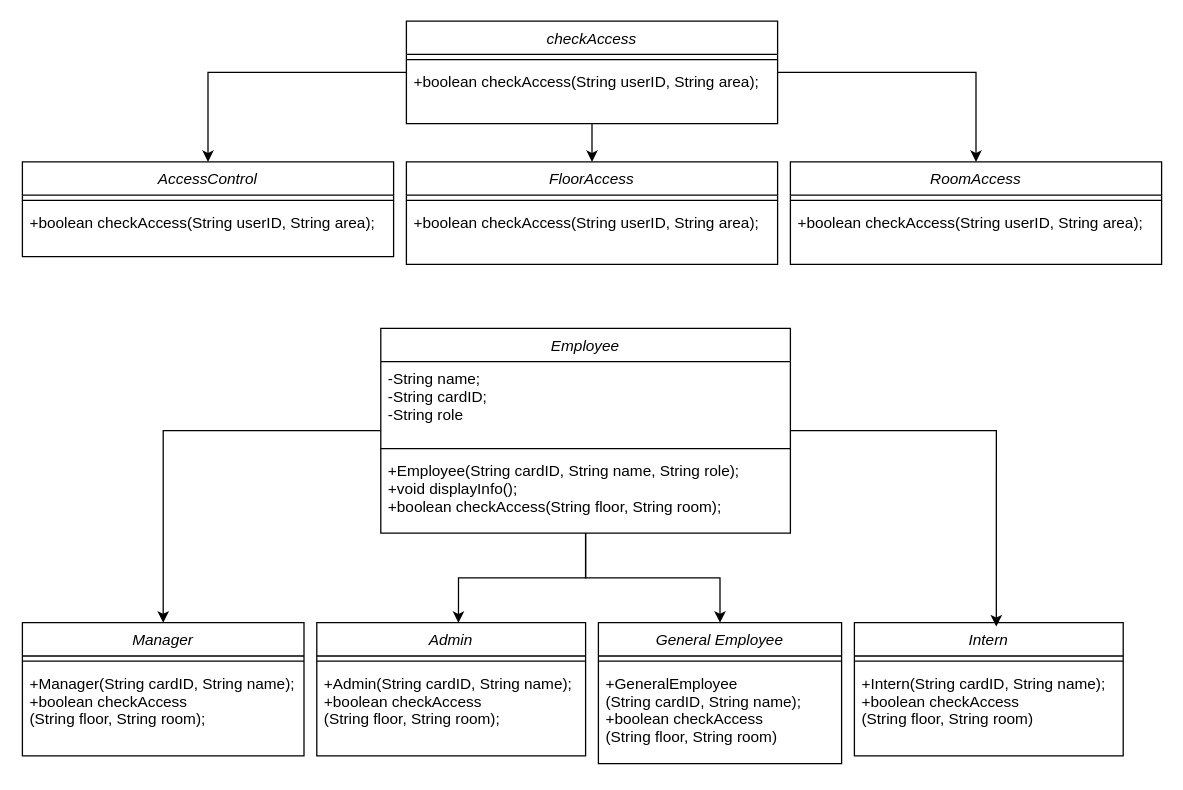
pin-nattharin/DII-GEN6-CompoundSEC keeps this draw.io diagram as Untitled Diagram.drawio. Above is the earlier version. Source tidied: cells renumbered, new cells numbered last; positions are measured from the earlier drawing's top-left corner, leaving out a move shared by most shapes. Both pictures are drawn from the tidied source at 128%, with x=0, y=0 at pixel (22, 20).
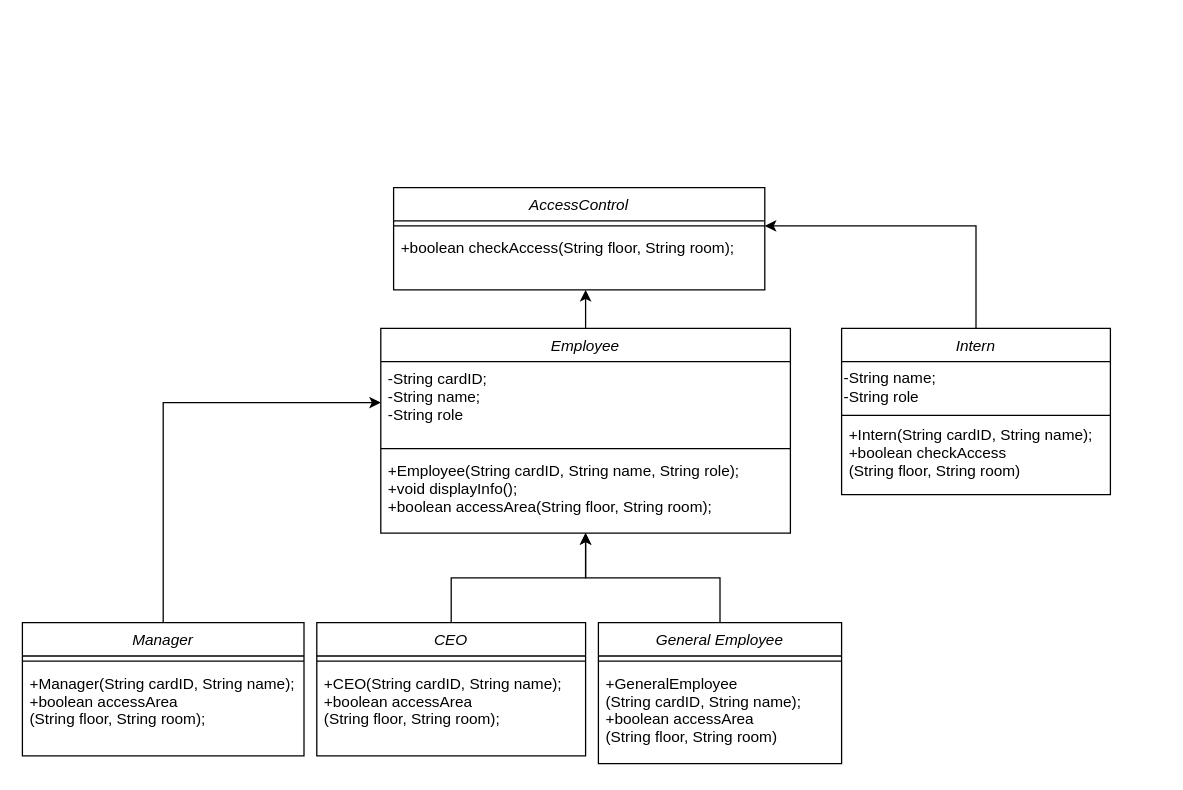
The same page after the edit.

The change refers to these unchanged cells:
```xml
<mxCell id="4" value="Employee" style="swimlane;fontStyle=2;align=center;verticalAlign=top;horizontal=1;startSize=26;rounded=0;shadow=0;strokeWidth=1;" parent="1" vertex="1">
  <mxGeometry x="280" y="240" width="320" height="160" as="geometry" />
</mxCell>
<mxCell id="8" value="Manager" style="swimlane;fontStyle=2;align=center;verticalAlign=top;horizontal=1;startSize=26;rounded=0;shadow=0;strokeWidth=1;" parent="1" vertex="1">
  <mxGeometry y="470" width="220" height="104" as="geometry" />
</mxCell>
<mxCell id="17" value="General Employee" style="swimlane;fontStyle=2;align=center;verticalAlign=top;horizontal=1;startSize=26;rounded=0;shadow=0;strokeWidth=1;" parent="1" vertex="1">
  <mxGeometry x="450" y="470" width="190" height="110" as="geometry" />
</mxCell>
<mxCell id="35" style="line;html=1;strokeWidth=1;align=left;verticalAlign=middle;spacingTop=-1;spacingLeft=3;spacingRight=3;labelPosition=right;points=[];portConstraint=eastwest;" parent="34" vertex="1">
  <mxGeometry y="26" width="290" height="8" as="geometry" />
</mxCell>
```

Diff of the diagram source:
```diff
@@
-    <mxCell id="2" style="edgeStyle=orthogonalEdgeStyle;rounded=0;jettySize=auto;html=1;entryX=0.5;entryY=0;entryDx=0;entryDy=0;" parent="1" edge="1" source="4" target="17">
-      <mxGeometry relative="1" as="geometry" />
-    </mxCell>
-    <mxCell id="3" style="edgeStyle=orthogonalEdgeStyle;rounded=0;jettySize=auto;html=1;entryX=0.5;entryY=0;entryDx=0;entryDy=0;" parent="1" edge="1" source="4" target="8">
-      <mxGeometry relative="1" as="geometry" />
-    </mxCell>
+    <mxCell id="37" style="edgeStyle=orthogonalEdgeStyle;rounded=0;jettySize=auto;html=1;" parent="1" edge="1" source="4">
+      <mxGeometry relative="1" as="geometry">
+        <mxPoint x="440" y="210" as="targetPoint" />
+      </mxGeometry>
+    </mxCell>
@@
-    <mxCell id="5" value="-String name;&#10;-String cardID;&#10;-String role" style="text;align=left;verticalAlign=top;spacingLeft=4;spacingRight=4;overflow=hidden;points=[[0,0.5],[1,0.5]];portConstraint=eastwest;rounded=0;shadow=0;html=0;" parent="4" vertex="1">
+    <mxCell id="5" value="-String cardID;&#10;-String name;&#10;-String role" style="text;align=left;verticalAlign=top;spacingLeft=4;spacingRight=4;overflow=hidden;points=[[0,0.5],[1,0.5]];portConstraint=eastwest;rounded=0;shadow=0;html=0;" parent="4" vertex="1">
       <mxGeometry y="26" width="320" height="64" as="geometry" />
     </mxCell>
@@
-    <mxCell id="7" value="+Employee(String cardID, String name, String role);&#10;+void displayInfo();&#10;+boolean checkAccess(String floor, String room);" style="text;align=left;verticalAlign=top;spacingLeft=4;spacingRight=4;overflow=hidden;points=[[0,0.5],[1,0.5]];portConstraint=eastwest;" parent="4" vertex="1">
+    <mxCell id="7" value="+Employee(String cardID, String name, String role);&#10;+void displayInfo();&#10;+boolean accessArea(String floor, String room);" style="text;align=left;verticalAlign=top;spacingLeft=4;spacingRight=4;overflow=hidden;points=[[0,0.5],[1,0.5]];portConstraint=eastwest;" parent="4" vertex="1">
       <mxGeometry y="98" width="320" height="62" as="geometry" />
     </mxCell>
+    <mxCell id="38" style="edgeStyle=orthogonalEdgeStyle;rounded=0;jettySize=auto;html=1;entryX=0;entryY=0.5;entryDx=0;entryDy=0;" parent="1" edge="1" source="8" target="5">
+      <mxGeometry relative="1" as="geometry" />
+    </mxCell>
@@
-    <mxCell id="10" value="+Manager(String cardID, String name);&#10;+boolean checkAccess&#10;(String floor, String room);" style="text;align=left;verticalAlign=top;spacingLeft=4;spacingRight=4;overflow=hidden;" parent="8" vertex="1">
+    <mxCell id="10" value="+Manager(String cardID, String name);&#10;+boolean accessArea&#10;(String floor, String room);" style="text;align=left;verticalAlign=top;spacingLeft=4;spacingRight=4;overflow=hidden;" parent="8" vertex="1">
       <mxGeometry y="34" width="220" height="60" as="geometry" />
     </mxCell>
-    <mxCell id="11" value="Admin" style="swimlane;fontStyle=2;align=center;verticalAlign=top;horizontal=1;startSize=26;rounded=0;shadow=0;strokeWidth=1;" parent="1" vertex="1">
+    <mxCell id="11" value="CEO" style="swimlane;fontStyle=2;align=center;verticalAlign=top;horizontal=1;startSize=26;rounded=0;shadow=0;strokeWidth=1;" parent="1" vertex="1">
       <mxGeometry x="230" y="470" width="210" height="104" as="geometry" />
     </mxCell>
@@
-    <mxCell id="13" value="+Admin(String cardID, String name);&#10;+boolean checkAccess&#10;(String floor, String room);" style="text;align=left;verticalAlign=top;spacingLeft=4;spacingRight=4;overflow=hidden;" parent="11" vertex="1">
+    <mxCell id="13" value="+CEO(String cardID, String name);&#10;+boolean accessArea&#10;(String floor, String room);" style="text;align=left;verticalAlign=top;spacingLeft=4;spacingRight=4;overflow=hidden;" parent="11" vertex="1">
       <mxGeometry y="34" width="210" height="60" as="geometry" />
     </mxCell>
     <mxCell id="14" value="Intern" style="swimlane;fontStyle=2;align=center;verticalAlign=top;horizontal=1;startSize=26;rounded=0;shadow=0;strokeWidth=1;" parent="1" vertex="1">
-      <mxGeometry x="650" y="470" width="210" height="104" as="geometry" />
+      <mxGeometry x="640" y="240" width="210" height="130" as="geometry" />
     </mxCell>
+    <mxCell id="39" value="-String name;&lt;div&gt;-String role&lt;/div&gt;" style="text;html=1;align=left;verticalAlign=middle;strokeColor=none;fillColor=none;" parent="14" vertex="1">
+      <mxGeometry y="26" width="210" height="40" as="geometry" />
+    </mxCell>
     <mxCell id="15" style="line;html=1;strokeWidth=1;align=left;verticalAlign=middle;spacingTop=-1;spacingLeft=3;spacingRight=3;labelPosition=right;" parent="14" vertex="1">
-      <mxGeometry y="26" width="210" height="8" as="geometry" />
+      <mxGeometry y="66" width="210" height="4" as="geometry" />
     </mxCell>
-    <mxCell id="16" value="+Intern(String cardID, String name);&#10;+boolean checkAccess&#10;(String floor, String room)" style="text;align=left;verticalAlign=top;spacingLeft=4;spacingRight=4;overflow=hidden;" parent="14" vertex="1">
-      <mxGeometry y="34" width="210" height="60" as="geometry" />
+    <mxCell id="16" value="+Intern(String cardID, String name);&#10;+boolean checkAccess&#10;(String floor, String room)" style="text;align=left;verticalAlign=top;spacingLeft=4;spacingRight=4;overflow=hidden;" parent="14" vertex="1">
+      <mxGeometry y="70" width="210" height="60" as="geometry" />
     </mxCell>
@@
-    <mxCell id="19" value="+GeneralEmployee&#10;(String cardID, String name);&#10;+boolean checkAccess&#10;(String floor, String room)" style="text;align=left;verticalAlign=top;spacingLeft=4;spacingRight=4;overflow=hidden;" parent="17" vertex="1">
+    <mxCell id="19" value="+GeneralEmployee&#10;(String cardID, String name);&#10;+boolean accessArea&#10;(String floor, String room)" style="text;align=left;verticalAlign=top;spacingLeft=4;spacingRight=4;overflow=hidden;" parent="17" vertex="1">
       <mxGeometry y="34" width="190" height="76" as="geometry" />
     </mxCell>
-    <mxCell id="20" value="AccessControl" style="swimlane;fontStyle=2;align=center;verticalAlign=top;horizontal=1;startSize=26;rounded=0;shadow=0;strokeWidth=1;" parent="1" vertex="1">
-      <mxGeometry y="110" width="290" height="74" as="geometry" />
-    </mxCell>
-    <mxCell id="21" style="line;html=1;strokeWidth=1;align=left;verticalAlign=middle;spacingTop=-1;spacingLeft=3;spacingRight=3;labelPosition=right;" parent="20" vertex="1">
-      <mxGeometry y="26" width="290" height="8" as="geometry" />
-    </mxCell>
-    <mxCell id="22" value="+boolean checkAccess(String userID, String area);" style="text;align=left;verticalAlign=top;spacingLeft=4;spacingRight=4;overflow=hidden;" parent="20" vertex="1">
-      <mxGeometry y="34" width="290" height="40" as="geometry" />
-    </mxCell>
-    <mxCell id="23" value="FloorAccess" style="swimlane;fontStyle=2;align=center;verticalAlign=top;horizontal=1;startSize=26;rounded=0;shadow=0;strokeWidth=1;" parent="1" vertex="1">
-      <mxGeometry x="300" y="110" width="290" height="80" as="geometry" />
-    </mxCell>
-    <mxCell id="24" style="line;html=1;strokeWidth=1;align=left;verticalAlign=middle;spacingTop=-1;spacingLeft=3;spacingRight=3;labelPosition=right;" parent="23" vertex="1">
-      <mxGeometry y="26" width="290" height="8" as="geometry" />
-    </mxCell>
-    <mxCell id="25" value="+boolean checkAccess(String userID, String area);" style="text;align=left;verticalAlign=top;spacingLeft=4;spacingRight=4;overflow=hidden;" parent="23" vertex="1">
-      <mxGeometry y="34" width="290" height="40" as="geometry" />
-    </mxCell>
-    <mxCell id="26" value="RoomAccess" style="swimlane;fontStyle=2;align=center;verticalAlign=top;horizontal=1;startSize=26;rounded=0;shadow=0;strokeWidth=1;" parent="1" vertex="1">
-      <mxGeometry x="600" y="110" width="290" height="80" as="geometry" />
-    </mxCell>
-    <mxCell id="27" style="line;html=1;strokeWidth=1;align=left;verticalAlign=middle;spacingTop=-1;spacingLeft=3;spacingRight=3;labelPosition=right;" parent="26" vertex="1">
-      <mxGeometry y="26" width="290" height="8" as="geometry" />
-    </mxCell>
-    <mxCell id="28" value="+boolean checkAccess(String userID, String area);" style="text;align=left;verticalAlign=top;spacingLeft=4;spacingRight=4;overflow=hidden;" parent="26" vertex="1">
-      <mxGeometry y="34" width="290" height="40" as="geometry" />
-    </mxCell>
-    <mxCell id="29" style="edgeStyle=orthogonalEdgeStyle;rounded=0;jettySize=auto;html=1;entryX=0.527;entryY=0.001;entryDx=0;entryDy=0;entryPerimeter=0;" parent="1" edge="1" source="4" target="11">
-      <mxGeometry relative="1" as="geometry" />
-    </mxCell>
-    <mxCell id="30" style="edgeStyle=orthogonalEdgeStyle;rounded=0;jettySize=auto;html=1;entryX=0.528;entryY=0.029;entryDx=0;entryDy=0;entryPerimeter=0;" parent="1" edge="1" source="4" target="14">
-      <mxGeometry relative="1" as="geometry" />
-    </mxCell>
-    <mxCell id="31" style="edgeStyle=orthogonalEdgeStyle;rounded=0;jettySize=auto;html=1;entryX=0.5;entryY=0;entryDx=0;entryDy=0;" parent="1" edge="1" source="34" target="23">
-      <mxGeometry relative="1" as="geometry" />
-    </mxCell>
-    <mxCell id="32" style="edgeStyle=orthogonalEdgeStyle;rounded=0;jettySize=auto;html=1;entryX=0.5;entryY=0;entryDx=0;entryDy=0;" parent="1" edge="1" source="34" target="20">
-      <mxGeometry relative="1" as="geometry" />
-    </mxCell>
-    <mxCell id="33" style="edgeStyle=orthogonalEdgeStyle;rounded=0;jettySize=auto;html=1;" parent="1" edge="1" source="34" target="26">
-      <mxGeometry relative="1" as="geometry" />
-    </mxCell>
-    <mxCell id="34" value="checkAccess" style="swimlane;fontStyle=2;align=center;verticalAlign=top;horizontal=1;startSize=26;rounded=0;shadow=0;strokeWidth=1;" parent="1" vertex="1">
-      <mxGeometry x="300" width="290" height="80" as="geometry" />
+    <mxCell id="34" value="AccessControl" style="swimlane;fontStyle=2;align=center;verticalAlign=top;horizontal=1;startSize=26;rounded=0;shadow=0;strokeWidth=1;" parent="1" vertex="1">
+      <mxGeometry x="290" y="130" width="290" height="80" as="geometry" />
     </mxCell>
@@
-    <mxCell id="36" value="+boolean checkAccess(String userID, String area);" style="text;align=left;verticalAlign=top;spacingLeft=4;spacingRight=4;overflow=hidden;" parent="34" vertex="1">
+    <mxCell id="36" value="+boolean checkAccess(String floor, String room);" style="text;align=left;verticalAlign=top;spacingLeft=4;spacingRight=4;overflow=hidden;" parent="34" vertex="1">
       <mxGeometry y="34" width="290" height="40" as="geometry" />
     </mxCell>
+    <mxCell id="40" style="edgeStyle=orthogonalEdgeStyle;rounded=0;jettySize=auto;html=1;entryX=0.5;entryY=1;entryDx=0;entryDy=0;entryPerimeter=0;" parent="1" edge="1" source="11" target="7">
+      <mxGeometry relative="1" as="geometry" />
+    </mxCell>
+    <mxCell id="41" style="edgeStyle=orthogonalEdgeStyle;rounded=0;jettySize=auto;html=1;entryX=0.5;entryY=1;entryDx=0;entryDy=0;entryPerimeter=0;" parent="1" edge="1" source="17" target="7">
+      <mxGeometry relative="1" as="geometry" />
+    </mxCell>
+    <mxCell id="42" style="edgeStyle=orthogonalEdgeStyle;rounded=0;jettySize=auto;html=1;entryX=1;entryY=0.5;entryDx=0;entryDy=0;entryPerimeter=0;" parent="1" edge="1" source="14" target="35">
+      <mxGeometry relative="1" as="geometry" />
+    </mxCell>
```
